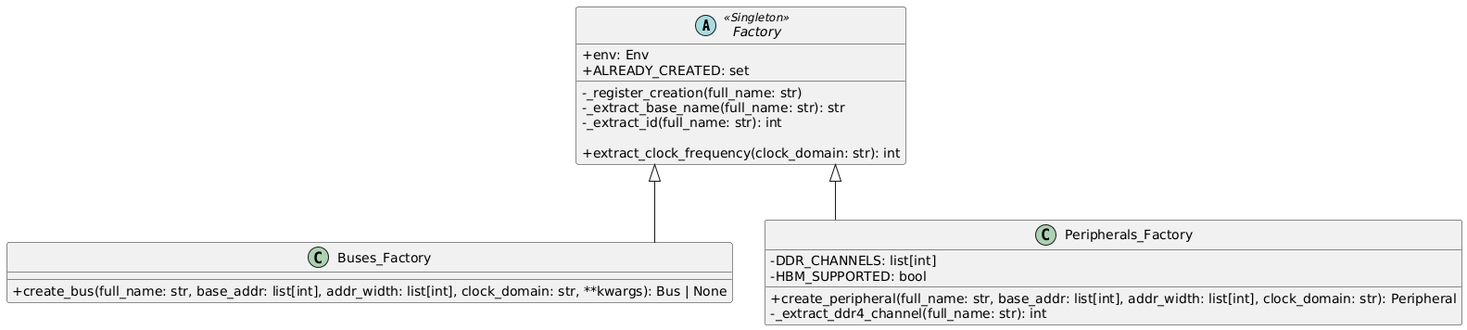
Earlier version of the PlantUML export config/doc/uml/factory.png (HiSA-Team/Simply-V).
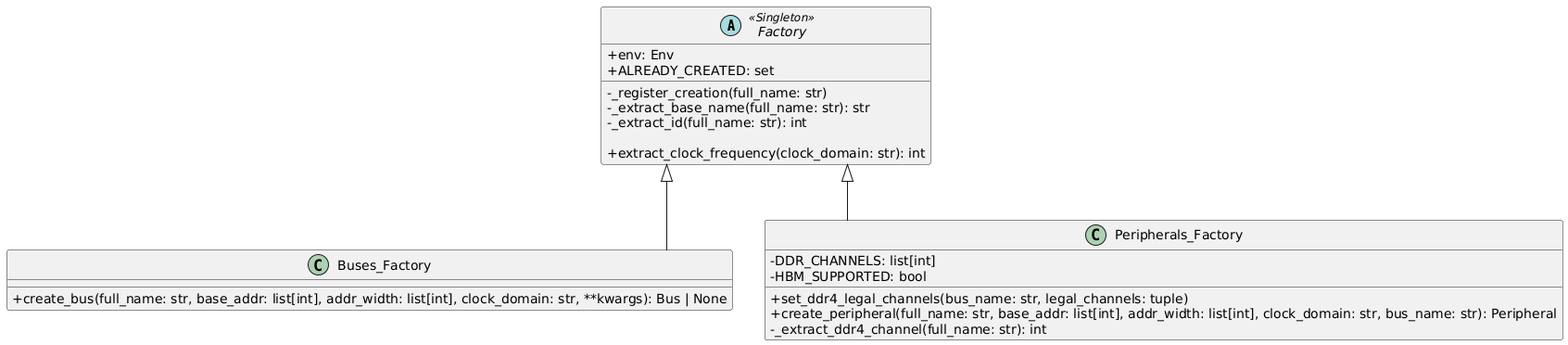
Later version of the same file.

Diff of the diagram source:
```diff
@@ -19,7 +19,8 @@
 }
 
 class Peripherals_Factory {
-    +create_peripheral(full_name: str, base_addr: list[int], addr_width: list[int], clock_domain: str): Peripheral
+	+set_ddr4_legal_channels(bus_name: str, legal_channels: tuple)
+    +create_peripheral(full_name: str, base_addr: list[int], addr_width: list[int], clock_domain: str, bus_name: str): Peripheral
     -_extract_ddr4_channel(full_name: str): int
     -DDR_CHANNELS: list[int]
     -HBM_SUPPORTED: bool
```
